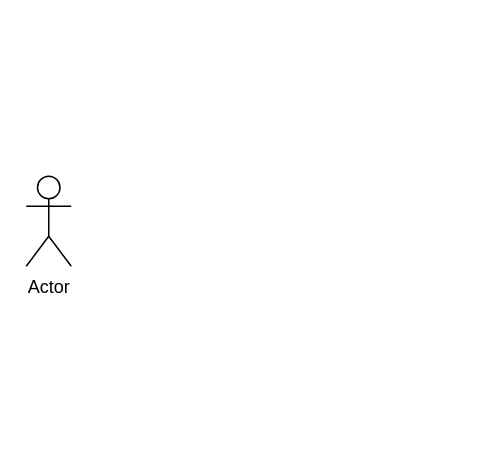
The draw.io diagram Molitio.drawio in jearsevan101/Molitio, before the edit. Source tidied: cells renumbered, new cells numbered last; positions are measured from the earlier drawing's top-left corner, leaving out a move shared by most shapes. Both pictures are drawn from the tidied source at 150%, with x=0, y=0 at pixel (26, 176).
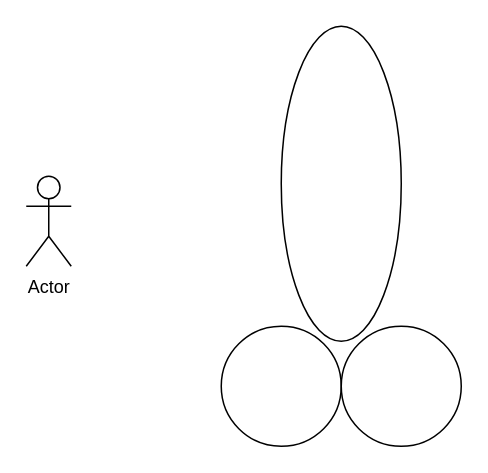
Above is the later version.

The edit, as a diff of the source:
```diff
@@
 <mxGraphModel>
   <root>
     <mxCell id="0" />
     <mxCell id="1" parent="0" />
     <mxCell id="2" value="Actor" style="shape=umlActor;verticalLabelPosition=bottom;verticalAlign=top;html=1;" parent="1" vertex="1">
       <mxGeometry width="30" height="60" as="geometry" />
     </mxCell>
+    <mxCell id="3" style="ellipse;whiteSpace=wrap;html=1;" parent="1" vertex="1">
+      <mxGeometry x="130" y="100" width="80" height="80" as="geometry" />
+    </mxCell>
+    <mxCell id="4" style="ellipse;whiteSpace=wrap;html=1;" parent="1" vertex="1">
+      <mxGeometry x="210" y="100" width="80" height="80" as="geometry" />
+    </mxCell>
+    <mxCell id="5" style="ellipse;whiteSpace=wrap;html=1;" parent="1" vertex="1">
+      <mxGeometry x="170" y="-100" width="80" height="210" as="geometry" />
+    </mxCell>
   </root>
 </mxGraphModel>
```
